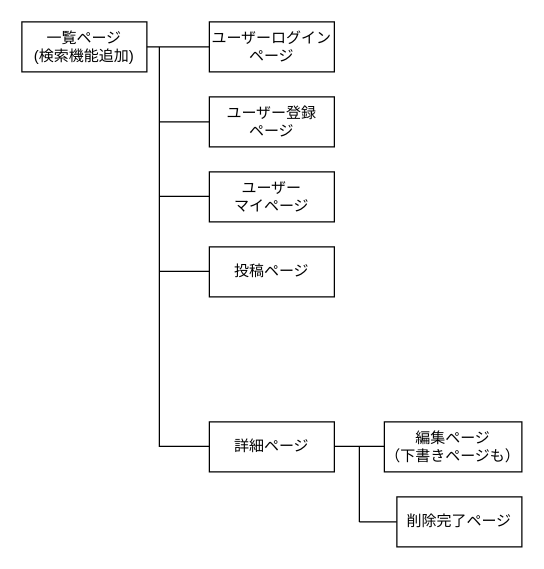
Above: article_view.drawio in sunatoru/article-growth (draw.io), before the change. Source tidied: cells renumbered, new cells numbered last; positions are measured from the earlier drawing's top-left corner, leaving out a move shared by most shapes. Both pictures are drawn from the tidied source at 125%, with x=0, y=0 at pixel (21, 21).
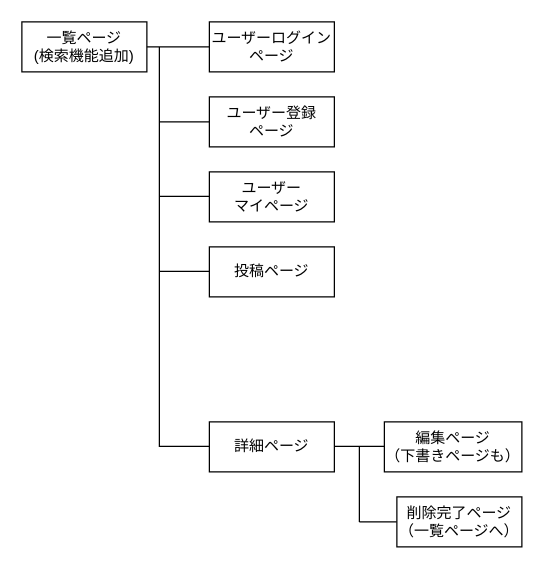
Above is the later version.

The edit, as a diff of the source:
```diff
@@
-    <mxCell id="18" value="削除完了ページ" style="rounded=0;whiteSpace=wrap;html=1;" parent="1" vertex="1">
+    <mxCell id="18" value="削除完了ページ&lt;br&gt;（一覧ページへ）" style="rounded=0;whiteSpace=wrap;html=1;" parent="1" vertex="1">
       <mxGeometry x="300" y="380" width="100" height="40" as="geometry" />
     </mxCell>
```
